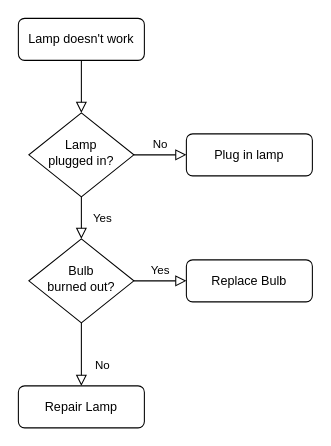
The draw.io diagram Untitled Diagram.drawio in Alagwudavid/DavidsRepo, before the edit. Source tidied: cells renumbered, new cells numbered last; positions are measured from the earlier drawing's top-left corner, leaving out a move shared by most shapes. Both pictures are drawn from the tidied source at 105%, with x=0, y=0 at pixel (18, 18).
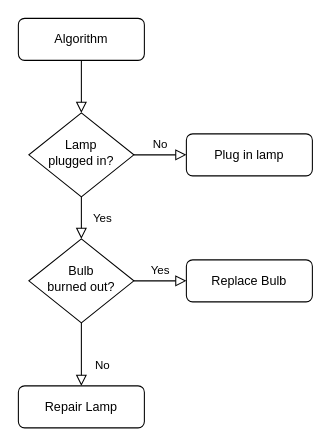
The same page after the edit.

What changed in the source:
```diff
@@
 <mxGraphModel>
   <root>
     <mxCell id="0" />
     <mxCell id="1" parent="0" />
     <mxCell id="2" style="rounded=0;html=1;jettySize=auto;fontSize=11;endArrow=block;endFill=0;endSize=8;strokeWidth=1;shadow=0;labelBackgroundColor=none;edgeStyle=orthogonalEdgeStyle;" parent="1" edge="1" source="3" target="6">
       <mxGeometry relative="1" as="geometry" />
     </mxCell>
-    <mxCell id="3" value="Lamp doesn't work" style="rounded=1;whiteSpace=wrap;html=1;fontSize=12;glass=0;strokeWidth=1;shadow=0;" parent="1" vertex="1">
+    <mxCell id="3" value="Algorithm" style="rounded=1;whiteSpace=wrap;html=1;fontSize=12;glass=0;strokeWidth=1;shadow=0;" parent="1" vertex="1">
       <mxGeometry width="120" height="40" as="geometry" />
     </mxCell>
     <mxCell id="4" value="Yes" style="rounded=0;html=1;jettySize=auto;fontSize=11;endArrow=block;endFill=0;endSize=8;strokeWidth=1;shadow=0;labelBackgroundColor=none;edgeStyle=orthogonalEdgeStyle;" parent="1" edge="1" source="6" target="10">
       <mxGeometry y="20" relative="1" as="geometry" />
     </mxCell>
     <mxCell id="5" value="No" style="edgeStyle=orthogonalEdgeStyle;rounded=0;html=1;jettySize=auto;fontSize=11;endArrow=block;endFill=0;endSize=8;strokeWidth=1;shadow=0;labelBackgroundColor=none;" parent="1" edge="1" source="6" target="7">
       <mxGeometry y="10" relative="1" as="geometry" />
     </mxCell>
     <mxCell id="6" value="Lamp&lt;br&gt;plugged in?" style="rhombus;whiteSpace=wrap;html=1;shadow=0;fontFamily=Helvetica;fontSize=12;align=center;strokeWidth=1;spacing=6;spacingTop=-4;" parent="1" vertex="1">
       <mxGeometry x="10" y="90" width="100" height="80" as="geometry" />
     </mxCell>
     <mxCell id="7" value="Plug in lamp" style="rounded=1;whiteSpace=wrap;html=1;fontSize=12;glass=0;strokeWidth=1;shadow=0;" parent="1" vertex="1">
       <mxGeometry x="160" y="110" width="120" height="40" as="geometry" />
     </mxCell>
     <mxCell id="8" value="No" style="rounded=0;html=1;jettySize=auto;fontSize=11;endArrow=block;endFill=0;endSize=8;strokeWidth=1;shadow=0;labelBackgroundColor=none;edgeStyle=orthogonalEdgeStyle;" parent="1" edge="1" source="10" target="11">
       <mxGeometry x="0.33" y="20" relative="1" as="geometry" />
     </mxCell>
     <mxCell id="9" value="Yes" style="edgeStyle=orthogonalEdgeStyle;rounded=0;html=1;jettySize=auto;fontSize=11;endArrow=block;endFill=0;endSize=8;strokeWidth=1;shadow=0;labelBackgroundColor=none;" parent="1" edge="1" source="10" target="12">
       <mxGeometry y="10" relative="1" as="geometry" />
     </mxCell>
     <mxCell id="10" value="Bulb&lt;br&gt;burned out?" style="rhombus;whiteSpace=wrap;html=1;shadow=0;fontFamily=Helvetica;fontSize=12;align=center;strokeWidth=1;spacing=6;spacingTop=-4;" parent="1" vertex="1">
       <mxGeometry x="10" y="210" width="100" height="80" as="geometry" />
     </mxCell>
     <mxCell id="11" value="Repair Lamp" style="rounded=1;whiteSpace=wrap;html=1;fontSize=12;glass=0;strokeWidth=1;shadow=0;" parent="1" vertex="1">
       <mxGeometry y="350" width="120" height="40" as="geometry" />
     </mxCell>
     <mxCell id="12" value="Replace Bulb" style="rounded=1;whiteSpace=wrap;html=1;fontSize=12;glass=0;strokeWidth=1;shadow=0;" parent="1" vertex="1">
       <mxGeometry x="160" y="230" width="120" height="40" as="geometry" />
     </mxCell>
   </root>
 </mxGraphModel>
```
